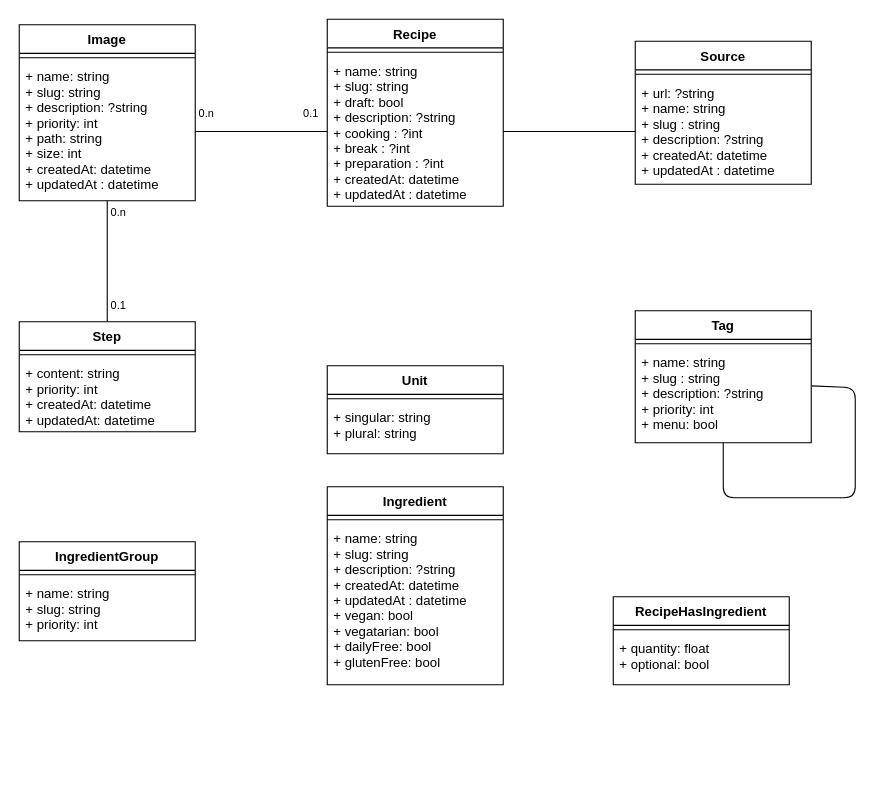
This is docs/UML/mcd.drawio from Dens26/drakolab_symfony_vuejs_app, a draw.io file, before an edit. Source tidied: cells renumbered, new cells numbered last; positions are measured from the earlier drawing's top-left corner, leaving out a move shared by most shapes. Both pictures are drawn from the tidied source at 110%, with x=0, y=0 at pixel (19, 19).
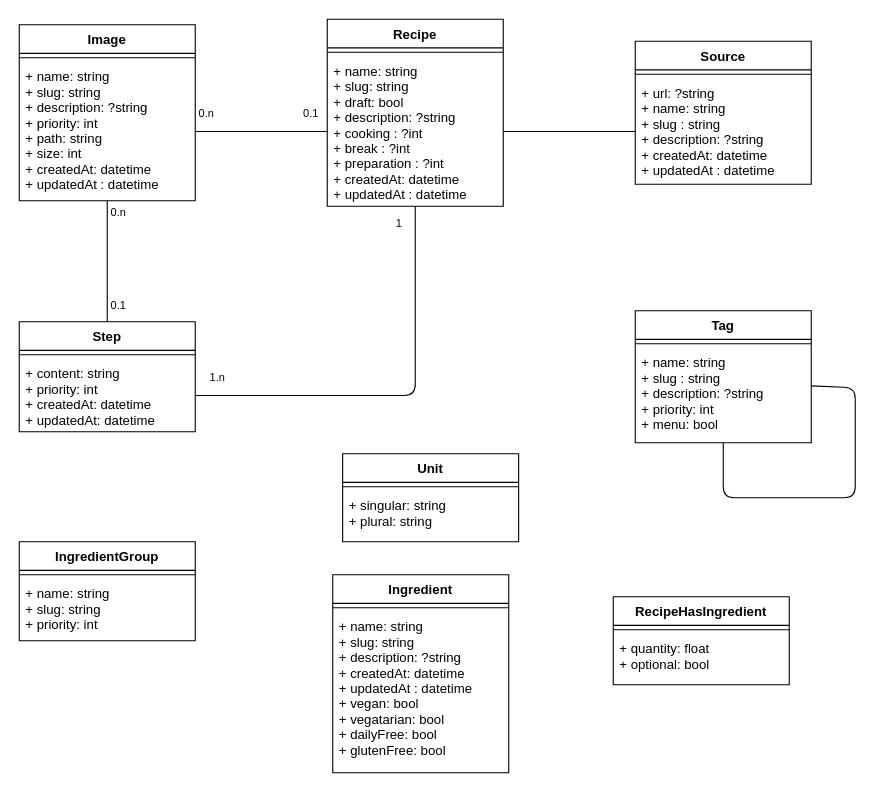
Above is the later version.

The change refers to these unchanged cells:
```xml
<mxCell id="11" value="+ content: string&#10;+ priority: int&#10;+ createdAt: datetime&#10;+ updatedAt: datetime" style="text;strokeColor=none;fillColor=none;align=left;verticalAlign=top;spacingLeft=4;spacingRight=4;overflow=hidden;points=[[0,0.5],[1,0.5]];portConstraint=eastwest;" parent="9" vertex="1">
  <mxGeometry y="34" width="160" height="66" as="geometry" />
</mxCell>
<mxCell id="14" value="+ name: string&#10;+ slug: string&#10;+ draft: bool&#10;+ description: ?string&#10;+ cooking : ?int&#10;+ break : ?int&#10;+ preparation : ?int&#10;+ createdAt: datetime&#10;+ updatedAt : datetime" style="text;strokeColor=none;fillColor=none;align=left;verticalAlign=top;spacingLeft=4;spacingRight=4;overflow=hidden;points=[[0,0.5],[1,0.5]];portConstraint=eastwest;" parent="12" vertex="1">
  <mxGeometry y="34" width="160" height="136" as="geometry" />
</mxCell>
```

What changed in the source:
```diff
@@
     <mxCell id="25" value="Unit" style="swimlane;fontStyle=1;align=center;verticalAlign=top;horizontal=1;startSize=26;" parent="1" vertex="1">
-      <mxGeometry x="280" y="315" width="160" height="80" as="geometry" />
+      <mxGeometry x="294" y="395" width="160" height="80" as="geometry" />
     </mxCell>
@@
     <mxCell id="28" value="Ingredient" style="swimlane;fontStyle=1;align=center;verticalAlign=top;horizontal=1;startSize=26;" parent="1" vertex="1">
-      <mxGeometry x="280" y="425" width="160" height="180" as="geometry" />
+      <mxGeometry x="285" y="505" width="160" height="180" as="geometry" />
     </mxCell>
@@
+    <mxCell id="37" style="edgeStyle=none;html=1;exitX=1;exitY=0.5;exitDx=0;exitDy=0;endArrow=none;endFill=0;" parent="1" edge="1" source="11" target="14">
+      <mxGeometry relative="1" as="geometry">
+        <Array as="points">
+          <mxPoint x="360" y="342" />
+        </Array>
+      </mxGeometry>
+    </mxCell>
+    <mxCell id="38" value="&lt;font style=&quot;font-size: 10px;&quot;&gt;1.n&lt;/font&gt;" style="text;html=1;align=center;verticalAlign=middle;strokeColor=none;fillColor=none;" parent="1" vertex="1">
+      <mxGeometry x="160" y="310" width="40" height="30" as="geometry" />
+    </mxCell>
+    <mxCell id="39" value="&lt;font style=&quot;font-size: 10px;&quot;&gt;1&lt;/font&gt;" style="text;html=1;align=center;verticalAlign=middle;strokeColor=none;fillColor=none;" parent="1" vertex="1">
+      <mxGeometry x="330" y="170" width="30" height="30" as="geometry" />
+    </mxCell>
```
